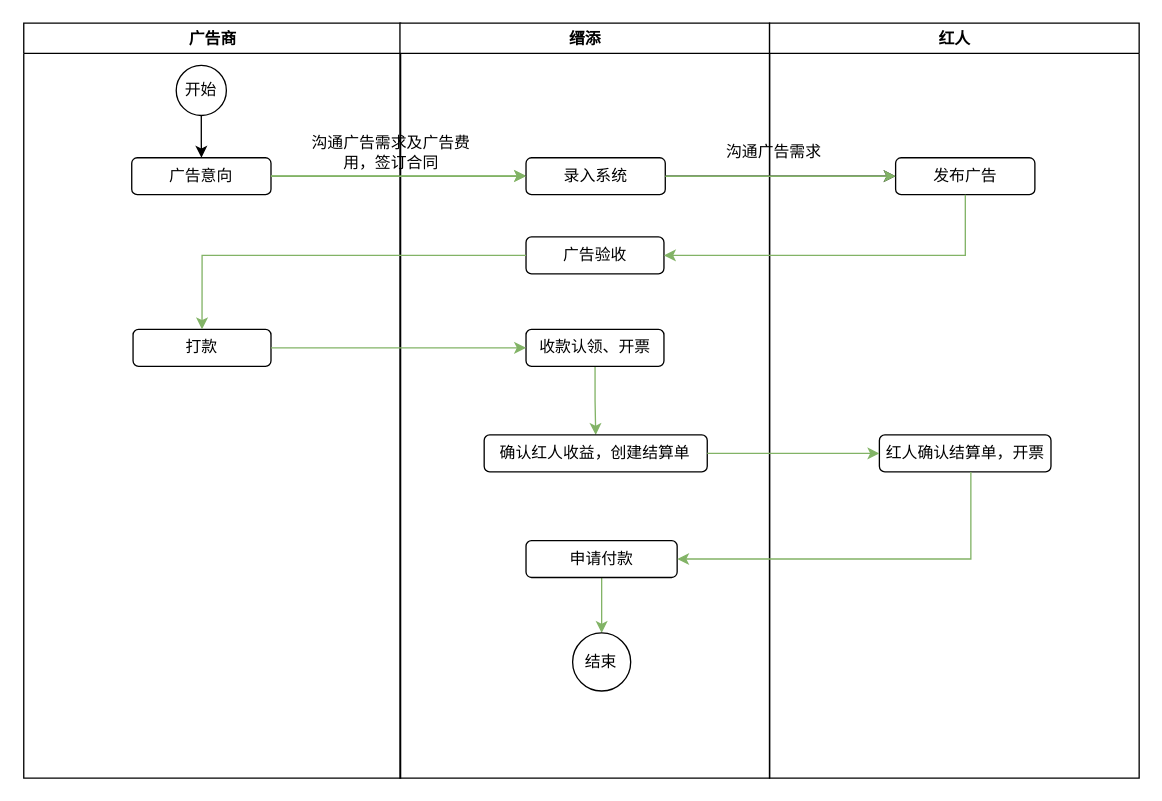
This is Untitled Diagram.drawio from Lucreziacici/work-diary, a draw.io file, before an edit. Source tidied: cells renumbered, new cells numbered last; positions are measured from the earlier drawing's top-left corner, leaving out a move shared by most shapes. Both pictures are drawn from the tidied source at 132%, with x=0, y=0 at pixel (24, 22).
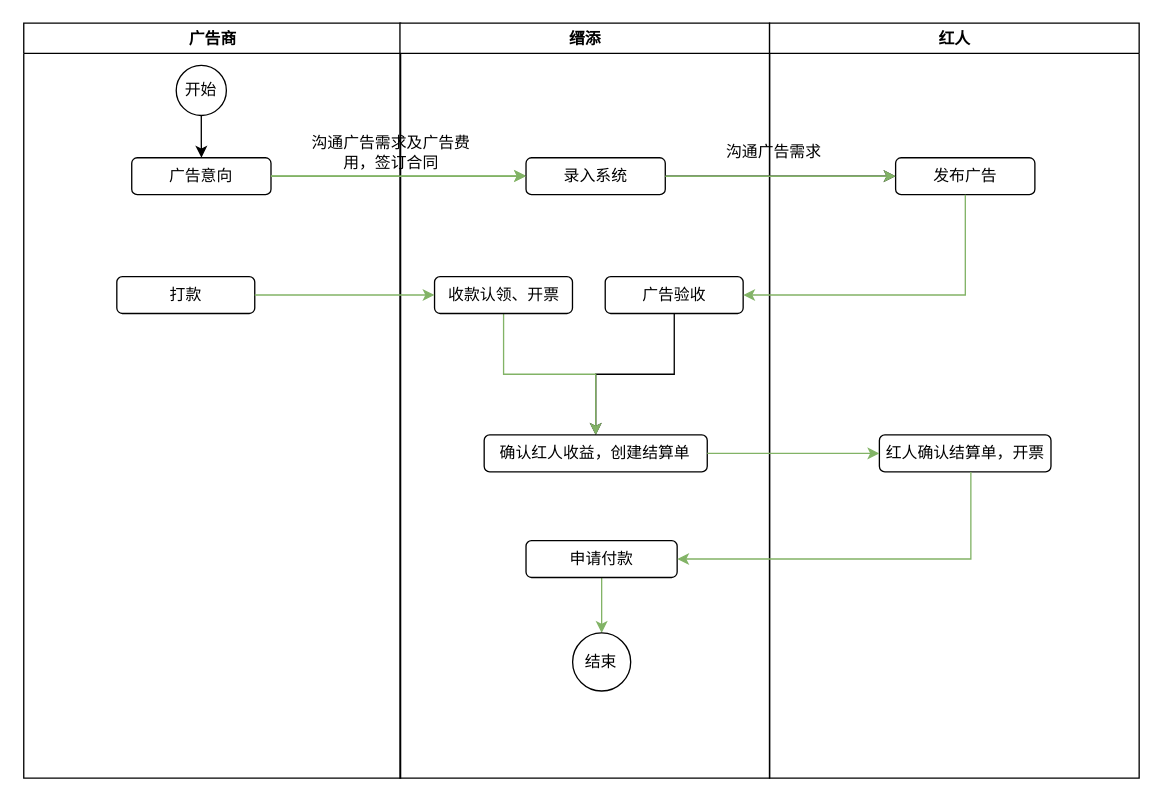
Above is the later version.

Unchanged cells that the change refers to:
```xml
<mxCell id="2" value="广告商" style="swimlane;whiteSpace=wrap;" parent="1" vertex="1">
  <mxGeometry x="-0.5" width="285.5" height="572" as="geometry" />
</mxCell>
<mxCell id="8" value="缙添" style="swimlane;whiteSpace=wrap;swimlaneLine=1;" parent="1" vertex="1">
  <mxGeometry x="284.5" width="280" height="572" as="geometry" />
</mxCell>
<mxCell id="14" value="确认红人收益，创建结算单" style="rounded=1;whiteSpace=wrap;html=1;" parent="8" vertex="1">
  <mxGeometry x="63.8" y="312" width="169" height="28" as="geometry" />
</mxCell>
<mxCell id="19" value="发布广告" style="rounded=1;whiteSpace=wrap;html=1;" parent="18" vertex="1">
  <mxGeometry x="95.5" y="102" width="105.5" height="28" as="geometry" />
</mxCell>
```

What changed in the source:
```diff
@@
     <mxCell id="6" value="打款" style="rounded=1;whiteSpace=wrap;html=1;" parent="2" vertex="1">
-      <mxGeometry x="82.8" y="232" width="104.5" height="28" as="geometry" />
+      <mxGeometry x="70.5" y="192" width="104.5" height="28" as="geometry" />
     </mxCell>
@@
+    <mxCell id="30" style="edgeStyle=orthogonalEdgeStyle;rounded=0;jettySize=auto;html=1;entryX=0.5;entryY=0;entryDx=0;entryDy=0;" parent="8" edge="1" source="11" target="14">
+      <mxGeometry relative="1" as="geometry" />
+    </mxCell>
     <mxCell id="11" value="广告验收" style="rounded=1;whiteSpace=wrap;html=1;" parent="8" vertex="1">
-      <mxGeometry x="95.5" y="162" width="104.5" height="28" as="geometry" />
+      <mxGeometry x="155.5" y="192" width="104.5" height="28" as="geometry" />
     </mxCell>
@@
     <mxCell id="13" value="收款认领、开票" style="rounded=1;whiteSpace=wrap;html=1;" parent="8" vertex="1">
-      <mxGeometry x="95.5" y="232" width="104.5" height="28" as="geometry" />
+      <mxGeometry x="26.2" y="192" width="104.5" height="28" as="geometry" />
     </mxCell>
@@
     <mxCell id="24" style="edgeStyle=orthogonalEdgeStyle;rounded=0;jettySize=auto;html=1;entryX=1;entryY=0.5;entryDx=0;entryDy=0;fillColor=#d5e8d4;strokeColor=#82b366;" parent="1" edge="1" source="19" target="11">
       <mxGeometry relative="1" as="geometry">
         <Array as="points">
-          <mxPoint x="713" y="176" />
+          <mxPoint x="713" y="206" />
         </Array>
       </mxGeometry>
     </mxCell>
-    <mxCell id="25" style="edgeStyle=orthogonalEdgeStyle;rounded=0;jettySize=auto;html=1;entryX=0.5;entryY=0;entryDx=0;entryDy=0;fillColor=#d5e8d4;strokeColor=#82b366;" parent="1" edge="1" source="11" target="6">
-      <mxGeometry relative="1" as="geometry" />
-    </mxCell>
```
